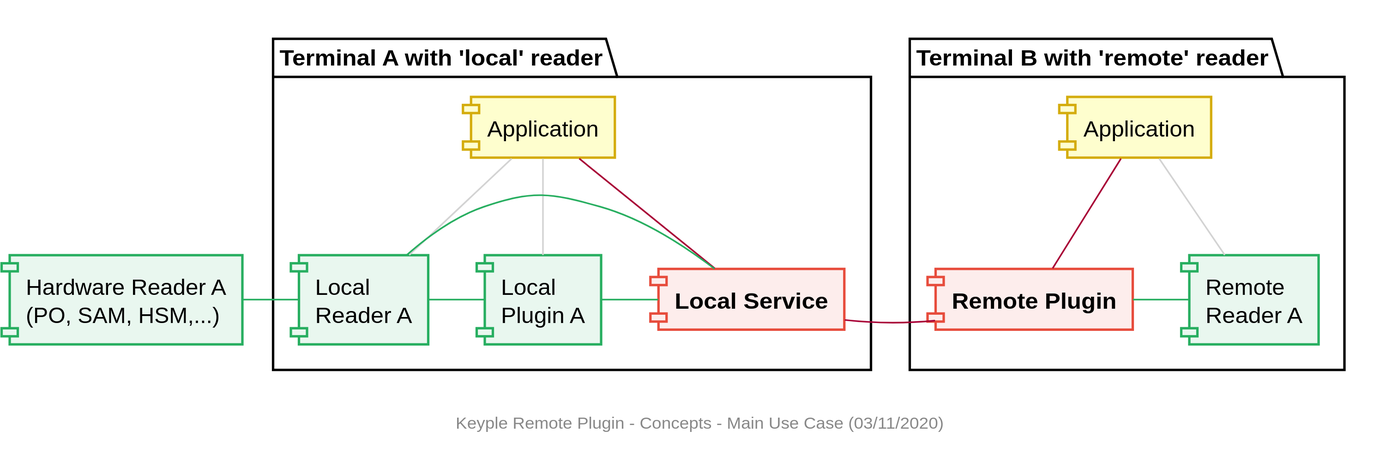
Earlier version of the PlantUML export media/remote-plugin/component/Remote_Component_Concepts_1.svg (yvonneyam/keyple-website).
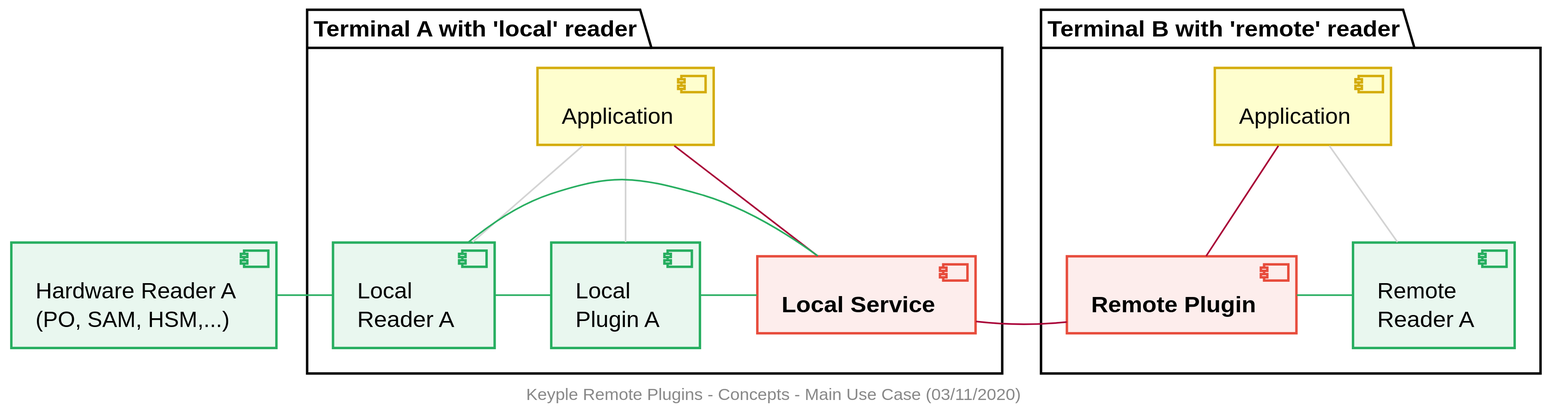
The same diagram one commit later.

What changed in the source:
```diff
@@ -1,9 +1,14 @@
 @startuml
 footer
-    Keyple Remote Plugin - Concepts - Main Use Case (03/11/2020)
+    Keyple Remote Plugins - Concepts - Main Use Case (03/11/2020)
 end footer
 
 
+!define COLOR_RED E74C3C
+!define COLOR_PURPLE 8E44AD
+!define COLOR_BLUE 3498DB
+!define COLOR_GREEN 27AE60
+!define COLOR_GREY 2C3E50
 skinparam Shadowing false
 skinparam component {
     BorderColor #D4AC0D
@@ -42,15 +47,15 @@
 appA -- localPluginA #LightGrey
 appA -- localReaderA #LightGrey
 appA -- localServiceA
-localPluginA -left- localReaderA #27AE60
-localServiceA -left- localPluginA #27AE60
-localServiceA -left- localReaderA #27AE60
-localReaderA -left- readerA #27AE60
+localPluginA -left- localReaderA #COLOR_GREEN
+localServiceA -left- localPluginA #COLOR_GREEN
+localServiceA -left- localReaderA #COLOR_GREEN
+localReaderA -left- readerA #COLOR_GREEN
 
 localServiceA - remotePlugin
 
 app -- remotePlugin
 app -- remoteReaderA #LightGrey
-remotePlugin - remoteReaderA #27AE60
+remotePlugin - remoteReaderA #COLOR_GREEN
 
 @enduml
```
